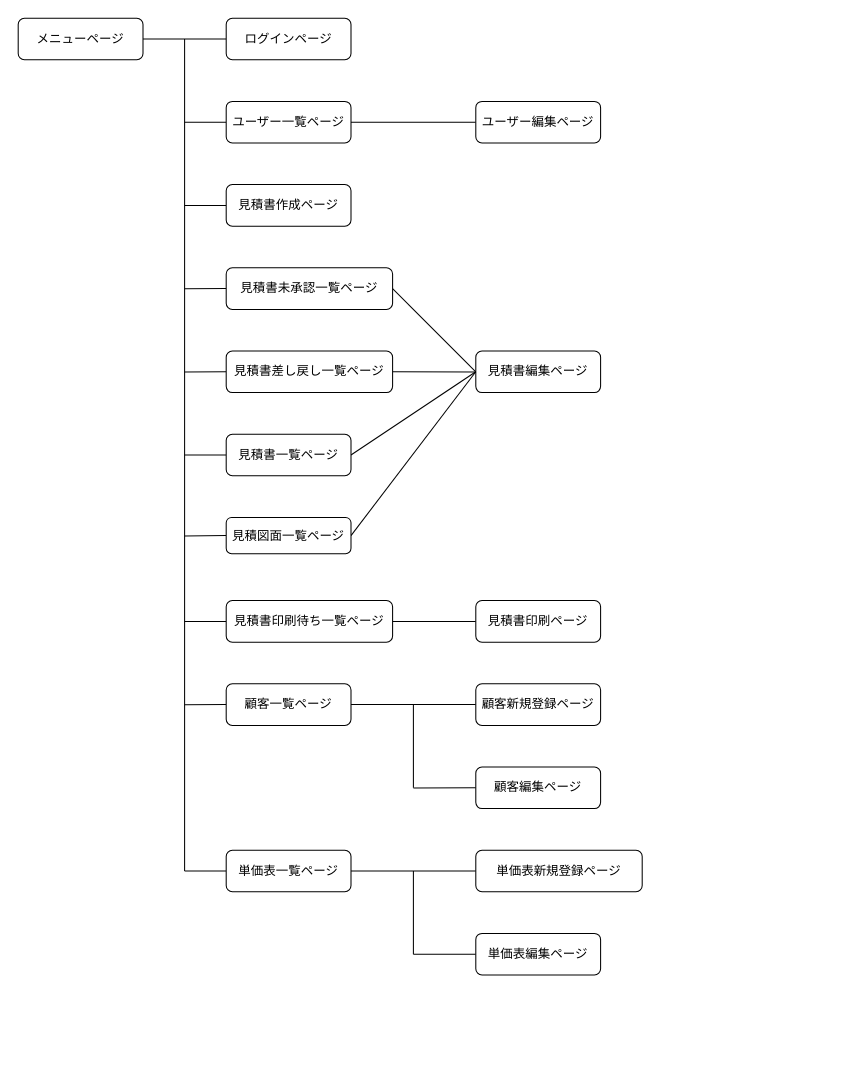
Before: STD.dio in bignyokki/quotation_system, a draw.io diagram. Source tidied: cells renumbered, new cells numbered last; positions are measured from the earlier drawing's top-left corner, leaving out a move shared by most shapes. Both pictures are drawn from the tidied source at 104%, with x=0, y=0 at pixel (18, 18).
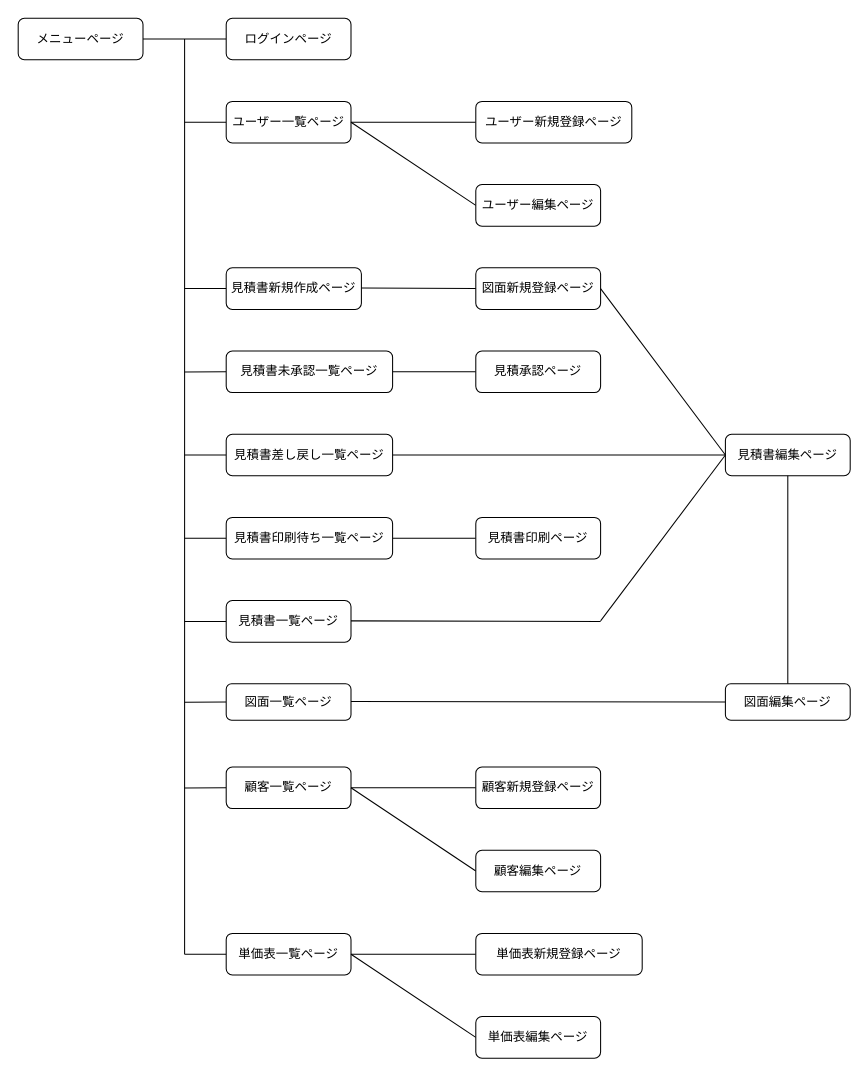
The same diagram, later.

Unchanged cells that the change refers to:
```xml
<mxCell id="6" value="ユーザー一覧ページ" style="rounded=1;whiteSpace=wrap;html=1;" parent="1" vertex="1">
  <mxGeometry x="200" y="80" width="120" height="40" as="geometry" />
</mxCell>
```

Diff of the diagram source:
```diff
@@
-    <mxCell id="8" value="ユーザー編集ページ" style="rounded=1;whiteSpace=wrap;html=1;" parent="1" vertex="1">
-      <mxGeometry x="440" y="80" width="120" height="40" as="geometry" />
+    <mxCell id="8" value="ユーザー新規登録ページ" style="rounded=1;whiteSpace=wrap;html=1;" parent="1" vertex="1">
+      <mxGeometry x="440" y="80" width="150" height="40" as="geometry" />
     </mxCell>
     <mxCell id="9" style="edgeStyle=none;html=1;exitX=0;exitY=0.5;exitDx=0;exitDy=0;endArrow=none;endFill=0;" parent="1" edge="1" source="10">
       <mxGeometry relative="1" as="geometry">
-        <mxPoint x="160" y="180.1" as="targetPoint" />
+        <mxPoint x="160" y="260" as="targetPoint" />
       </mxGeometry>
     </mxCell>
-    <mxCell id="10" value="見積書作成ページ" style="rounded=1;whiteSpace=wrap;html=1;" parent="1" vertex="1">
-      <mxGeometry x="200" y="160" width="120" height="40" as="geometry" />
+    <mxCell id="10" value="見積書新規作成ページ" style="rounded=1;whiteSpace=wrap;html=1;" parent="1" vertex="1">
+      <mxGeometry x="200" y="240" width="130" height="40" as="geometry" />
     </mxCell>
     <mxCell id="11" style="edgeStyle=none;html=1;exitX=0;exitY=0.5;exitDx=0;exitDy=0;endArrow=none;endFill=0;" parent="1" edge="1" source="13">
       <mxGeometry relative="1" as="geometry">
-        <mxPoint x="160" y="260.1" as="targetPoint" />
+        <mxPoint x="160" y="340.1" as="targetPoint" />
       </mxGeometry>
     </mxCell>
-    <mxCell id="12" style="edgeStyle=none;html=1;exitX=1;exitY=0.5;exitDx=0;exitDy=0;entryX=0;entryY=0.5;entryDx=0;entryDy=0;endArrow=none;endFill=0;" parent="1" edge="1" source="13" target="17">
+    <mxCell id="12" style="edgeStyle=none;html=1;exitX=1;exitY=0.5;exitDx=0;exitDy=0;entryX=0;entryY=0.5;entryDx=0;entryDy=0;endArrow=none;endFill=0;" parent="1" edge="1" source="13" target="46">
       <mxGeometry relative="1" as="geometry" />
     </mxCell>
     <mxCell id="13" value="見積書未承認一覧ページ" style="rounded=1;whiteSpace=wrap;html=1;" parent="1" vertex="1">
-      <mxGeometry x="200" y="240" width="160" height="40" as="geometry" />
+      <mxGeometry x="200" y="320" width="160" height="40" as="geometry" />
     </mxCell>
     <mxCell id="14" style="edgeStyle=none;html=1;exitX=0;exitY=0.5;exitDx=0;exitDy=0;endArrow=none;endFill=0;" parent="1" edge="1" source="16">
       <mxGeometry relative="1" as="geometry">
-        <mxPoint x="160" y="340.1" as="targetPoint" />
+        <mxPoint x="160" y="420.1" as="targetPoint" />
       </mxGeometry>
     </mxCell>
-    <mxCell id="15" style="edgeStyle=none;html=1;exitX=1;exitY=0.5;exitDx=0;exitDy=0;endArrow=none;endFill=0;" parent="1" edge="1" source="16">
-      <mxGeometry relative="1" as="geometry">
-        <mxPoint x="440" y="340.1" as="targetPoint" />
-      </mxGeometry>
+    <mxCell id="15" style="edgeStyle=none;html=1;exitX=1;exitY=0.5;exitDx=0;exitDy=0;endArrow=none;endFill=0;entryX=0;entryY=0.5;entryDx=0;entryDy=0;" parent="1" edge="1" source="16" target="17">
+      <mxGeometry relative="1" as="geometry" />
     </mxCell>
     <mxCell id="16" value="見積書差し戻し一覧ページ" style="rounded=1;whiteSpace=wrap;html=1;" parent="1" vertex="1">
-      <mxGeometry x="200" y="320" width="160" height="40" as="geometry" />
+      <mxGeometry x="200" y="400" width="160" height="40" as="geometry" />
     </mxCell>
-    <mxCell id="17" value="見積書編集ページ" style="rounded=1;whiteSpace=wrap;html=1;" parent="1" vertex="1">
-      <mxGeometry x="440" y="320" width="120" height="40" as="geometry" />
-    </mxCell>
     <mxCell id="18" style="edgeStyle=none;html=1;exitX=0;exitY=0.5;exitDx=0;exitDy=0;endArrow=none;endFill=0;" parent="1" edge="1" source="20">
       <mxGeometry relative="1" as="geometry">
-        <mxPoint x="160" y="580.1" as="targetPoint" />
+        <mxPoint x="160" y="500.1" as="targetPoint" />
       </mxGeometry>
     </mxCell>
@@
     <mxCell id="20" value="見積書印刷待ち一覧ページ" style="rounded=1;whiteSpace=wrap;html=1;" parent="1" vertex="1">
-      <mxGeometry x="200" y="560" width="160" height="40" as="geometry" />
+      <mxGeometry x="200" y="480" width="160" height="40" as="geometry" />
     </mxCell>
     <mxCell id="21" value="見積書印刷ページ" style="rounded=1;whiteSpace=wrap;html=1;" parent="1" vertex="1">
-      <mxGeometry x="440" y="560" width="120" height="40" as="geometry" />
+      <mxGeometry x="440" y="480" width="120" height="40" as="geometry" />
     </mxCell>
     <mxCell id="22" style="edgeStyle=none;html=1;exitX=0;exitY=0.5;exitDx=0;exitDy=0;endArrow=none;endFill=0;" parent="1" edge="1" source="24">
       <mxGeometry relative="1" as="geometry">
-        <mxPoint x="160" y="420.1" as="targetPoint" />
+        <mxPoint x="160" y="580.1" as="targetPoint" />
       </mxGeometry>
     </mxCell>
-    <mxCell id="23" style="edgeStyle=none;html=1;exitX=1;exitY=0.5;exitDx=0;exitDy=0;endArrow=none;endFill=0;" parent="1" edge="1" source="24">
-      <mxGeometry relative="1" as="geometry">
-        <mxPoint x="440" y="340" as="targetPoint" />
-      </mxGeometry>
-    </mxCell>
     <mxCell id="24" value="見積書一覧ページ" style="rounded=1;whiteSpace=wrap;html=1;" parent="1" vertex="1">
-      <mxGeometry x="200" y="400" width="120" height="40" as="geometry" />
+      <mxGeometry x="200" y="560" width="120" height="40" as="geometry" />
     </mxCell>
     <mxCell id="25" style="edgeStyle=none;html=1;exitX=0;exitY=0.5;exitDx=0;exitDy=0;endArrow=none;endFill=0;" parent="1" edge="1" source="27">
       <mxGeometry relative="1" as="geometry">
-        <mxPoint x="160" y="497.8" as="targetPoint" />
+        <mxPoint x="160" y="657.8" as="targetPoint" />
       </mxGeometry>
     </mxCell>
-    <mxCell id="26" style="edgeStyle=none;html=1;exitX=1;exitY=0.5;exitDx=0;exitDy=0;endArrow=none;endFill=0;" parent="1" edge="1" source="27">
-      <mxGeometry relative="1" as="geometry">
-        <mxPoint x="440" y="340" as="targetPoint" />
-      </mxGeometry>
-    </mxCell>
-    <mxCell id="27" value="見積図面一覧ページ" style="rounded=1;whiteSpace=wrap;html=1;" parent="1" vertex="1">
-      <mxGeometry x="200" y="480" width="120" height="35" as="geometry" />
+    <mxCell id="27" value="図面一覧ページ" style="rounded=1;whiteSpace=wrap;html=1;" parent="1" vertex="1">
+      <mxGeometry x="200" y="640" width="120" height="35" as="geometry" />
     </mxCell>
     <mxCell id="28" style="edgeStyle=none;html=1;exitX=0;exitY=0.5;exitDx=0;exitDy=0;endArrow=none;endFill=0;" parent="1" edge="1" source="30">
       <mxGeometry relative="1" as="geometry">
-        <mxPoint x="160" y="660.1" as="targetPoint" />
+        <mxPoint x="160" y="740.1" as="targetPoint" />
       </mxGeometry>
     </mxCell>
@@
     <mxCell id="30" value="顧客一覧ページ" style="rounded=1;whiteSpace=wrap;html=1;" parent="1" vertex="1">
-      <mxGeometry x="200" y="640" width="120" height="40" as="geometry" />
+      <mxGeometry x="200" y="720" width="120" height="40" as="geometry" />
     </mxCell>
     <mxCell id="31" value="顧客新規登録ページ" style="rounded=1;whiteSpace=wrap;html=1;" parent="1" vertex="1">
-      <mxGeometry x="440" y="640" width="120" height="40" as="geometry" />
+      <mxGeometry x="440" y="720" width="120" height="40" as="geometry" />
     </mxCell>
-    <mxCell id="32" style="edgeStyle=none;html=1;exitX=0;exitY=0.5;exitDx=0;exitDy=0;endArrow=none;endFill=0;" parent="1" edge="1" source="33">
-      <mxGeometry relative="1" as="geometry">
-        <mxPoint x="380" y="740.1" as="targetPoint" />
-      </mxGeometry>
+    <mxCell id="32" style="edgeStyle=none;html=1;exitX=0;exitY=0.5;exitDx=0;exitDy=0;endArrow=none;endFill=0;entryX=1;entryY=0.5;entryDx=0;entryDy=0;" parent="1" edge="1" source="33" target="30">
+      <mxGeometry relative="1" as="geometry" />
     </mxCell>
     <mxCell id="33" value="顧客編集ページ" style="rounded=1;whiteSpace=wrap;html=1;" parent="1" vertex="1">
-      <mxGeometry x="440" y="720" width="120" height="40" as="geometry" />
+      <mxGeometry x="440" y="800" width="120" height="40" as="geometry" />
     </mxCell>
     <mxCell id="34" style="edgeStyle=none;html=1;exitX=0;exitY=0.5;exitDx=0;exitDy=0;endArrow=none;endFill=0;" parent="1" edge="1" source="36">
       <mxGeometry relative="1" as="geometry">
-        <mxPoint x="160" y="820.1" as="targetPoint" />
+        <mxPoint x="160" y="900.1" as="targetPoint" />
       </mxGeometry>
     </mxCell>
@@
     <mxCell id="36" value="単価表一覧ページ" style="rounded=1;whiteSpace=wrap;html=1;" parent="1" vertex="1">
-      <mxGeometry x="200" y="800" width="120" height="40" as="geometry" />
+      <mxGeometry x="200" y="880" width="120" height="40" as="geometry" />
     </mxCell>
     <mxCell id="37" value="単価表新規登録ページ" style="rounded=1;whiteSpace=wrap;html=1;" parent="1" vertex="1">
-      <mxGeometry x="440" y="800" width="160" height="40" as="geometry" />
+      <mxGeometry x="440" y="880" width="160" height="40" as="geometry" />
     </mxCell>
-    <mxCell id="38" style="edgeStyle=none;html=1;exitX=0;exitY=0.5;exitDx=0;exitDy=0;endArrow=none;endFill=0;" parent="1" edge="1" source="39">
-      <mxGeometry relative="1" as="geometry">
-        <mxPoint x="380" y="900" as="targetPoint" />
-      </mxGeometry>
+    <mxCell id="38" style="edgeStyle=none;html=1;exitX=0;exitY=0.5;exitDx=0;exitDy=0;endArrow=none;endFill=0;entryX=1;entryY=0.5;entryDx=0;entryDy=0;" parent="1" edge="1" source="39" target="36">
+      <mxGeometry relative="1" as="geometry" />
     </mxCell>
     <mxCell id="39" value="単価表編集ページ" style="rounded=1;whiteSpace=wrap;html=1;" parent="1" vertex="1">
-      <mxGeometry x="440" y="880" width="120" height="40" as="geometry" />
+      <mxGeometry x="440" y="960" width="120" height="40" as="geometry" />
     </mxCell>
     <mxCell id="40" style="endArrow=none;html=1;" parent="1" edge="1">
       <mxGeometry relative="1" as="geometry">
-        <mxPoint x="160" y="820" as="sourcePoint" />
+        <mxPoint x="160" y="900" as="sourcePoint" />
         <mxPoint x="160" y="20" as="targetPoint" />
       </mxGeometry>
     </mxCell>
-    <mxCell id="41" style="endArrow=none;html=1;" parent="1" edge="1">
-      <mxGeometry relative="1" as="geometry">
-        <mxPoint x="380" y="740" as="sourcePoint" />
-        <mxPoint x="380" y="660" as="targetPoint" />
-      </mxGeometry>
-    </mxCell>
-    <mxCell id="42" style="endArrow=none;html=1;" parent="1" edge="1">
-      <mxGeometry relative="1" as="geometry">
-        <mxPoint x="380" y="900" as="sourcePoint" />
-        <mxPoint x="380" y="820" as="targetPoint" />
-      </mxGeometry>
-    </mxCell>
+    <mxCell id="43" style="edgeStyle=none;html=1;exitX=0;exitY=0.5;exitDx=0;exitDy=0;entryX=1;entryY=0.5;entryDx=0;entryDy=0;endArrow=none;endFill=0;" parent="1" edge="1" source="44" target="6">
+      <mxGeometry relative="1" as="geometry" />
+    </mxCell>
+    <mxCell id="44" value="ユーザー編集ページ" style="rounded=1;whiteSpace=wrap;html=1;" parent="1" vertex="1">
+      <mxGeometry x="440" y="160" width="120" height="40" as="geometry" />
+    </mxCell>
+    <mxCell id="45" value="図面新規登録ページ" style="rounded=1;whiteSpace=wrap;html=1;" parent="1" vertex="1">
+      <mxGeometry x="440" y="240" width="120" height="40" as="geometry" />
+    </mxCell>
+    <mxCell id="17" value="見積書編集ページ" style="rounded=1;whiteSpace=wrap;html=1;" parent="1" vertex="1">
+      <mxGeometry x="680" y="400" width="120" height="40" as="geometry" />
+    </mxCell>
+    <mxCell id="46" value="見積承認ページ" style="rounded=1;whiteSpace=wrap;html=1;" parent="1" vertex="1">
+      <mxGeometry x="440" y="320" width="120" height="40" as="geometry" />
+    </mxCell>
+    <mxCell id="47" style="edgeStyle=none;html=1;exitX=1;exitY=0.5;exitDx=0;exitDy=0;endArrow=none;endFill=0;" parent="1" edge="1" source="45">
+      <mxGeometry relative="1" as="geometry">
+        <mxPoint x="680" y="420" as="targetPoint" />
+      </mxGeometry>
+    </mxCell>
+    <mxCell id="48" style="edgeStyle=none;html=1;exitX=1;exitY=0.5;exitDx=0;exitDy=0;endArrow=none;endFill=0;" parent="1" edge="1">
+      <mxGeometry relative="1" as="geometry">
+        <mxPoint x="320" y="579.5" as="sourcePoint" />
+        <mxPoint x="560" y="580" as="targetPoint" />
+      </mxGeometry>
+    </mxCell>
+    <mxCell id="49" style="edgeStyle=none;html=1;exitX=1;exitY=0.5;exitDx=0;exitDy=0;endArrow=none;endFill=0;entryX=0;entryY=0.5;entryDx=0;entryDy=0;" parent="1" edge="1" target="17">
+      <mxGeometry relative="1" as="geometry">
+        <mxPoint x="560" y="579.5" as="sourcePoint" />
+      </mxGeometry>
+    </mxCell>
+    <mxCell id="50" style="edgeStyle=none;html=1;exitX=1;exitY=0.5;exitDx=0;exitDy=0;endArrow=none;endFill=0;entryX=0;entryY=0.5;entryDx=0;entryDy=0;" parent="1" edge="1" target="45">
+      <mxGeometry relative="1" as="geometry">
+        <mxPoint x="330" y="259.5" as="sourcePoint" />
+      </mxGeometry>
+    </mxCell>
+    <mxCell id="51" value="図面編集ページ" style="rounded=1;whiteSpace=wrap;html=1;" parent="1" vertex="1">
+      <mxGeometry x="680" y="640" width="120" height="35" as="geometry" />
+    </mxCell>
+    <mxCell id="52" style="edgeStyle=none;html=1;exitX=1;exitY=0.5;exitDx=0;exitDy=0;endArrow=none;endFill=0;entryX=0;entryY=0.5;entryDx=0;entryDy=0;" parent="1" edge="1" target="51">
+      <mxGeometry relative="1" as="geometry">
+        <mxPoint x="320" y="657" as="sourcePoint" />
+      </mxGeometry>
+    </mxCell>
+    <mxCell id="53" style="edgeStyle=none;html=1;exitX=0.5;exitY=1;exitDx=0;exitDy=0;endArrow=none;endFill=0;entryX=0.5;entryY=0;entryDx=0;entryDy=0;" parent="1" edge="1" source="17" target="51">
+      <mxGeometry relative="1" as="geometry" />
+    </mxCell>
```
